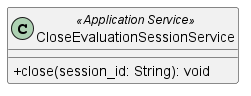
Above: src/PB/DocumentazioneEsterna/Specifica_Tecnica/content/uml/png/Session/CloseEvaluationSessionService.png in GroupRubberDuck/Documentazione (PlantUML), before the change.
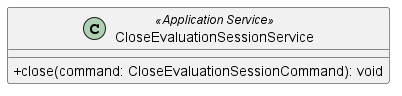
Later version of the same file.

Diff of the diagram source:
```diff
@@ -1,7 +1,6 @@
 @startuml CloseEvaluationSessionService
 skinparam classAttributeIconSize 0
 class CloseEvaluationSessionService <<Application Service>> {
-    + close(session_id: String): void
+    + close(command: CloseEvaluationSessionCommand): void
 }
-
 @enduml
```
